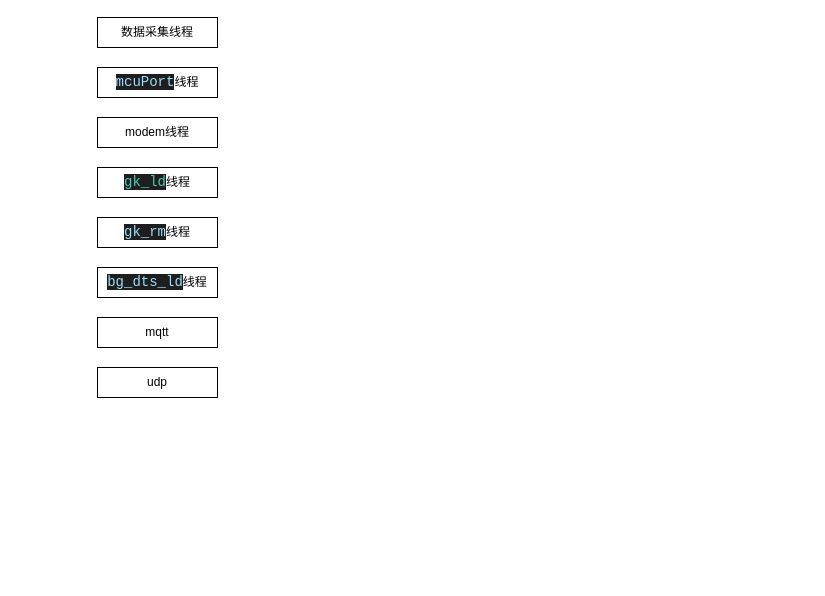
Before: page "Page-1" (1 of 2) of native_app/Untitled Diagram.drawio in FreedomSnail/samples, a draw.io diagram. Source tidied: cells renumbered, new cells numbered last; positions are measured from the earlier drawing's top-left corner, leaving out a move shared by most shapes. Both pictures are drawn from the tidied source at 100%, with x=0, y=0 at pixel (97, 17).
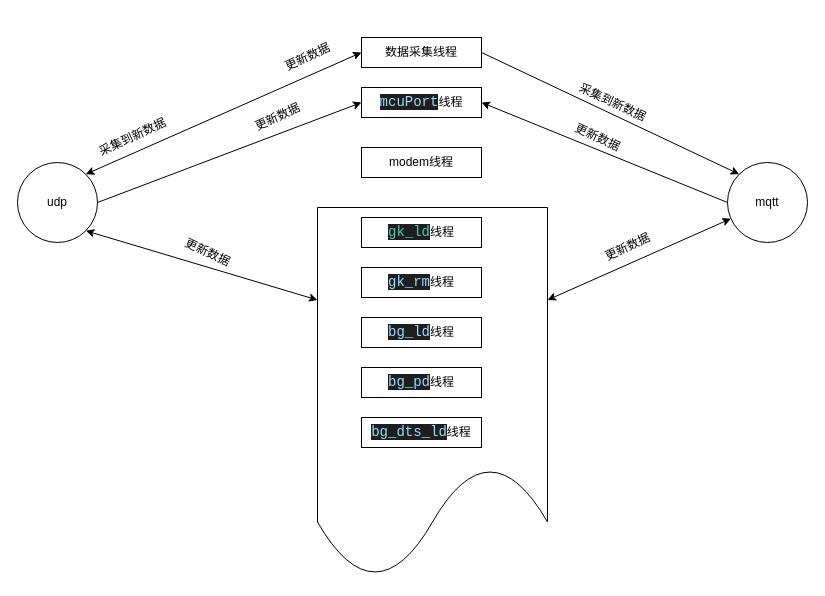
The same diagram, later.

The edit, as a diff of the source:
```diff
@@
     <mxCell id="2" value="数据采集线程" style="rounded=0;whiteSpace=wrap;html=1;" parent="1" vertex="1">
-      <mxGeometry width="120" height="30" as="geometry" />
+      <mxGeometry x="264" y="20" width="120" height="30" as="geometry" />
     </mxCell>
     <mxCell id="3" value="modem线程" style="rounded=0;whiteSpace=wrap;html=1;" parent="1" vertex="1">
-      <mxGeometry y="100" width="120" height="30" as="geometry" />
+      <mxGeometry x="264" y="130" width="120" height="30" as="geometry" />
     </mxCell>
+    <mxCell id="9" value="&lt;span style=&quot;color: rgb(156 , 220 , 254) ; background-color: rgb(30 , 30 , 30) ; font-family: &amp;#34;consolas&amp;#34; , &amp;#34;courier new&amp;#34; , monospace ; font-size: 14px&quot;&gt;mcuPort&lt;/span&gt;线程" style="rounded=0;whiteSpace=wrap;html=1;" parent="1" vertex="1">
+      <mxGeometry x="264" y="70" width="120" height="30" as="geometry" />
+    </mxCell>
+    <mxCell id="10" value="采集到新数据" style="text;html=1;align=center;verticalAlign=middle;rotation=-25;" parent="1" vertex="1">
+      <mxGeometry x="-10" y="110" width="90" height="20" as="geometry" />
+    </mxCell>
+    <mxCell id="11" value="更新数据" style="text;html=1;align=center;verticalAlign=middle;rotation=-25;" parent="1" vertex="1">
+      <mxGeometry x="180" y="30" width="60" height="20" as="geometry" />
+    </mxCell>
+    <mxCell id="8" value="&lt;span&gt;udp&lt;/span&gt;" style="ellipse;whiteSpace=wrap;html=1;" parent="1" vertex="1">
+      <mxGeometry x="-80" y="145" width="80" height="80" as="geometry" />
+    </mxCell>
+    <mxCell id="7" value="mqtt" style="ellipse;whiteSpace=wrap;html=1;" parent="1" vertex="1">
+      <mxGeometry x="630" y="145" width="80" height="80" as="geometry" />
+    </mxCell>
+    <mxCell id="12" style="endArrow=classic;startArrow=classic;html=1;entryX=0;entryY=0.5;entryDx=0;entryDy=0;exitX=1;exitY=0;exitDx=0;exitDy=0;" parent="1" edge="1" source="8" target="2">
+      <mxGeometry relative="1" as="geometry" />
+    </mxCell>
+    <mxCell id="13" style="endArrow=none;startArrow=classic;html=1;entryX=1;entryY=0.5;entryDx=0;entryDy=0;exitX=0;exitY=0;exitDx=0;exitDy=0;endFill=0;" parent="1" edge="1" source="7" target="2">
+      <mxGeometry relative="1" as="geometry" />
+    </mxCell>
+    <mxCell id="14" value="采集到新数据" style="text;html=1;align=center;verticalAlign=middle;rotation=25;" parent="1" vertex="1">
+      <mxGeometry x="470" y="75" width="90" height="20" as="geometry" />
+    </mxCell>
+    <mxCell id="15" style="endArrow=classic;startArrow=none;html=1;entryX=0;entryY=0.5;entryDx=0;entryDy=0;exitX=1;exitY=0.5;exitDx=0;exitDy=0;startFill=0;" parent="1" edge="1" source="8" target="9">
+      <mxGeometry relative="1" as="geometry" />
+    </mxCell>
+    <mxCell id="16" value="更新数据" style="text;html=1;align=center;verticalAlign=middle;rotation=-25;" parent="1" vertex="1">
+      <mxGeometry x="150" y="90" width="60" height="20" as="geometry" />
+    </mxCell>
+    <mxCell id="17" style="endArrow=classic;html=1;entryX=1;entryY=0.5;entryDx=0;entryDy=0;exitX=0;exitY=0.5;exitDx=0;exitDy=0;" parent="1" edge="1" source="7" target="9">
+      <mxGeometry relative="1" as="geometry" />
+    </mxCell>
+    <mxCell id="18" value="更新数据" style="text;html=1;align=center;verticalAlign=middle;rotation=25;" parent="1" vertex="1">
+      <mxGeometry x="470" y="110" width="60" height="20" as="geometry" />
+    </mxCell>
+    <mxCell id="19" style="shape=document;whiteSpace=wrap;html=1;boundedLbl=1;" parent="1" vertex="1">
+      <mxGeometry x="220" y="190" width="230" height="370" as="geometry" />
+    </mxCell>
     <mxCell id="4" value="&lt;span style=&quot;color: rgb(78 , 201 , 176) ; background-color: rgb(30 , 30 , 30) ; font-family: &amp;#34;consolas&amp;#34; , &amp;#34;courier new&amp;#34; , monospace ; font-size: 14px&quot;&gt;gk_ld&lt;/span&gt;线程" style="rounded=0;whiteSpace=wrap;html=1;" parent="1" vertex="1">
-      <mxGeometry y="150" width="120" height="30" as="geometry" />
+      <mxGeometry x="264" y="200" width="120" height="30" as="geometry" />
     </mxCell>
     <mxCell id="5" value="&lt;span style=&quot;color: rgb(156 , 220 , 254) ; background-color: rgb(30 , 30 , 30) ; font-family: &amp;#34;consolas&amp;#34; , &amp;#34;courier new&amp;#34; , monospace ; font-size: 14px&quot;&gt;gk_rm&lt;/span&gt;线程" style="rounded=0;whiteSpace=wrap;html=1;" parent="1" vertex="1">
-      <mxGeometry y="200" width="120" height="30" as="geometry" />
+      <mxGeometry x="264" y="250" width="120" height="30" as="geometry" />
     </mxCell>
+    <mxCell id="20" value="&lt;span style=&quot;color: rgb(156 , 220 , 254) ; background-color: rgb(30 , 30 , 30) ; font-family: &amp;#34;consolas&amp;#34; , &amp;#34;courier new&amp;#34; , monospace ; font-size: 14px&quot;&gt;bg_ld&lt;/span&gt;线程" style="rounded=0;whiteSpace=wrap;html=1;" parent="1" vertex="1">
+      <mxGeometry x="264" y="300" width="120" height="30" as="geometry" />
+    </mxCell>
+    <mxCell id="21" value="&lt;span style=&quot;color: rgb(156 , 220 , 254) ; background-color: rgb(30 , 30 , 30) ; font-family: &amp;#34;consolas&amp;#34; , &amp;#34;courier new&amp;#34; , monospace ; font-size: 14px&quot;&gt;bg_pd&lt;/span&gt;线程" style="rounded=0;whiteSpace=wrap;html=1;" parent="1" vertex="1">
+      <mxGeometry x="264" y="350" width="120" height="30" as="geometry" />
+    </mxCell>
     <mxCell id="6" value="&lt;span style=&quot;color: rgb(156 , 220 , 254) ; background-color: rgb(30 , 30 , 30) ; font-family: &amp;#34;consolas&amp;#34; , &amp;#34;courier new&amp;#34; , monospace ; font-size: 14px&quot;&gt;bg_dts_ld&lt;/span&gt;线程" style="rounded=0;whiteSpace=wrap;html=1;" parent="1" vertex="1">
-      <mxGeometry y="250" width="120" height="30" as="geometry" />
+      <mxGeometry x="264" y="400" width="120" height="30" as="geometry" />
     </mxCell>
-    <mxCell id="7" value="mqtt" style="rounded=0;whiteSpace=wrap;html=1;" parent="1" vertex="1">
-      <mxGeometry y="300" width="120" height="30" as="geometry" />
-    </mxCell>
-    <mxCell id="8" value="udp" style="rounded=0;whiteSpace=wrap;html=1;" parent="1" vertex="1">
-      <mxGeometry y="350" width="120" height="30" as="geometry" />
-    </mxCell>
-    <mxCell id="9" value="&lt;span style=&quot;color: rgb(156 , 220 , 254) ; background-color: rgb(30 , 30 , 30) ; font-family: &amp;#34;consolas&amp;#34; , &amp;#34;courier new&amp;#34; , monospace ; font-size: 14px&quot;&gt;mcuPort&lt;/span&gt;线程" style="rounded=0;whiteSpace=wrap;html=1;" parent="1" vertex="1">
-      <mxGeometry y="50" width="120" height="30" as="geometry" />
-    </mxCell>
+    <mxCell id="22" style="endArrow=classic;startArrow=classic;html=1;entryX=1;entryY=1;entryDx=0;entryDy=0;exitX=0;exitY=0.25;exitDx=0;exitDy=0;" parent="1" edge="1" source="19" target="8">
+      <mxGeometry relative="1" as="geometry" />
+    </mxCell>
+    <mxCell id="23" style="endArrow=classic;startArrow=classic;html=1;exitX=1;exitY=0.25;exitDx=0;exitDy=0;" parent="1" edge="1" source="19" target="7">
+      <mxGeometry relative="1" as="geometry" />
+    </mxCell>
+    <mxCell id="24" value="更新数据" style="text;html=1;align=center;verticalAlign=middle;rotation=-25;" parent="1" vertex="1">
+      <mxGeometry x="500" y="220" width="60" height="20" as="geometry" />
+    </mxCell>
+    <mxCell id="25" value="更新数据" style="text;html=1;align=center;verticalAlign=middle;rotation=25;" parent="1" vertex="1">
+      <mxGeometry x="80" y="225" width="60" height="20" as="geometry" />
+    </mxCell>
```
